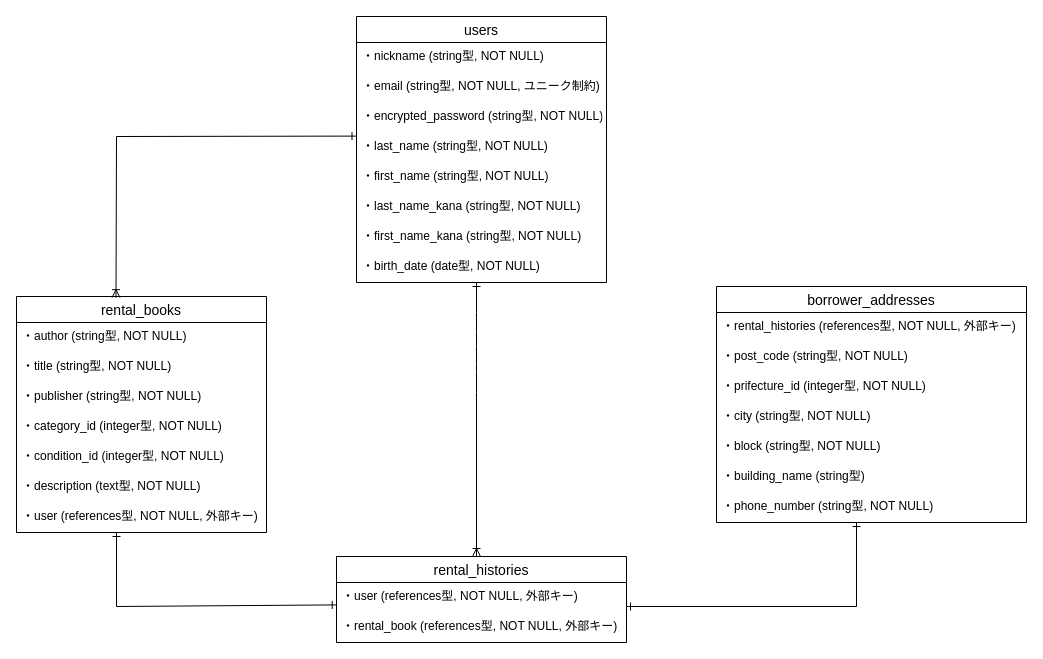
Earlier version of the draw.io diagram honta.dio (sin-bit0731/honta). Source tidied: cells renumbered, new cells numbered last; positions are measured from the earlier drawing's top-left corner, leaving out a move shared by most shapes. Both pictures are drawn from the tidied source at 100%, with x=0, y=0 at pixel (16, 16).
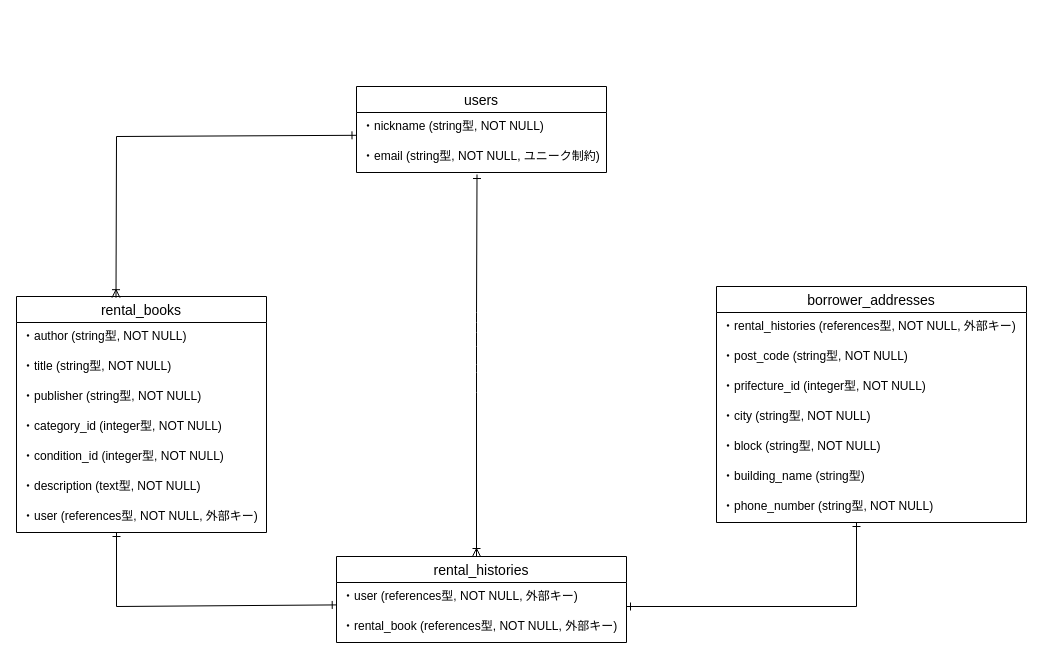
After the change.

Unchanged cells that the change refers to:
```xml
<mxCell id="3" value="・nickname (string型, NOT NULL)" style="text;strokeColor=none;fillColor=none;spacingLeft=4;spacingRight=4;overflow=hidden;points=[[0,0.5],[1,0.5]];portConstraint=eastwest;fontSize=12;" parent="2" vertex="1">
  <mxGeometry y="26" width="250" height="30" as="geometry" />
</mxCell>
<mxCell id="4" value="・email (string型, NOT NULL, ユニーク制約)" style="text;strokeColor=none;fillColor=none;spacingLeft=4;spacingRight=4;overflow=hidden;points=[[0,0.5],[1,0.5]];portConstraint=eastwest;fontSize=12;" parent="2" vertex="1">
  <mxGeometry y="56" width="250" height="30" as="geometry" />
</mxCell>
```

What changed in the source:
```diff
@@
     <mxCell id="2" value="users" style="swimlane;fontStyle=0;horizontal=1;startSize=26;align=center;fontSize=14;" parent="1" vertex="1">
-      <mxGeometry x="340" width="250" height="266" as="geometry" />
+      <mxGeometry x="340" y="70" width="250" height="86" as="geometry" />
     </mxCell>
@@
-    <mxCell id="5" value="・encrypted_password (string型, NOT NULL)" style="text;strokeColor=none;fillColor=none;spacingLeft=4;spacingRight=4;overflow=hidden;fontSize=12;" parent="2" vertex="1">
-      <mxGeometry y="86" width="250" height="30" as="geometry" />
-    </mxCell>
-    <mxCell id="6" value="・last_name (string型, NOT NULL)" style="text;strokeColor=none;fillColor=none;spacingLeft=4;spacingRight=4;overflow=hidden;points=[[0,0.5],[1,0.5]];portConstraint=eastwest;fontSize=12;" parent="2" vertex="1">
-      <mxGeometry y="116" width="250" height="30" as="geometry" />
-    </mxCell>
-    <mxCell id="7" value="・first_name (string型, NOT NULL)" style="text;strokeColor=none;fillColor=none;spacingLeft=4;spacingRight=4;overflow=hidden;fontSize=12;" parent="2" vertex="1">
-      <mxGeometry y="146" width="250" height="30" as="geometry" />
-    </mxCell>
-    <mxCell id="8" value="・last_name_kana (string型, NOT NULL)" style="text;strokeColor=none;fillColor=none;spacingLeft=4;spacingRight=4;overflow=hidden;fontSize=12;" parent="2" vertex="1">
-      <mxGeometry y="176" width="250" height="30" as="geometry" />
-    </mxCell>
-    <mxCell id="9" value="・first_name_kana (string型, NOT NULL)" style="text;strokeColor=none;fillColor=none;spacingLeft=4;spacingRight=4;overflow=hidden;fontSize=12;" parent="2" vertex="1">
-      <mxGeometry y="206" width="250" height="30" as="geometry" />
-    </mxCell>
-    <mxCell id="10" value="・birth_date (date型, NOT NULL)" style="text;strokeColor=none;fillColor=none;spacingLeft=4;spacingRight=4;overflow=hidden;fontSize=12;" parent="2" vertex="1">
-      <mxGeometry y="236" width="250" height="30" as="geometry" />
-    </mxCell>
@@
-    <mxCell id="31" style="fontSize=12;html=1;endArrow=ERone;endFill=1;" parent="1" edge="1">
+    <mxCell id="31" style="fontSize=12;html=1;endArrow=ERone;endFill=1;entryX=0.482;entryY=1.067;entryDx=0;entryDy=0;entryPerimeter=0;" parent="1" edge="1" target="4">
       <mxGeometry relative="1" as="geometry">
         <mxPoint x="460" y="406" as="sourcePoint" />
-        <mxPoint x="460" y="266" as="targetPoint" />
         <Array as="points">
           <mxPoint x="460" y="366" />
           <mxPoint x="460" y="340" />
           <mxPoint x="460" y="306" />
         </Array>
       </mxGeometry>
     </mxCell>
@@
-    <mxCell id="34" style="fontSize=12;html=1;endArrow=ERone;endFill=1;entryX=-0.002;entryY=0.12;entryDx=0;entryDy=0;entryPerimeter=0;" parent="1" edge="1" target="6">
+    <mxCell id="34" style="fontSize=12;html=1;endArrow=ERone;endFill=1;entryX=-0.002;entryY=0.76;entryDx=0;entryDy=0;entryPerimeter=0;" parent="1" edge="1" target="3">
       <mxGeometry relative="1" as="geometry">
         <mxPoint x="100" y="120" as="sourcePoint" />
       </mxGeometry>
     </mxCell>
```
